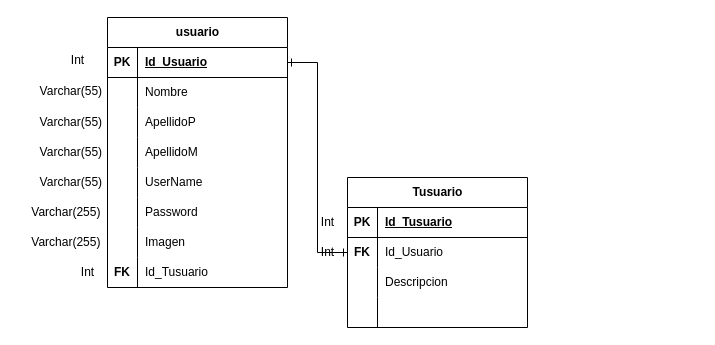
JlchavezG/ProyectoP keeps this draw.io diagram as page "Modelo RE" (3 of 3) of Proyecto_Desarrollo.drawio. Above is the earlier version. Source tidied: cells renumbered, new cells numbered last; positions are measured from the earlier drawing's top-left corner, leaving out a move shared by most shapes. Both pictures are drawn from the tidied source at 100%, with x=0, y=0 at pixel (17, 17).
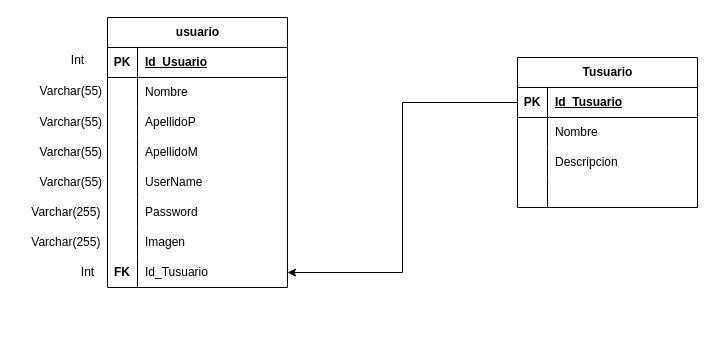
After the change.

Unchanged cells that the change refers to:
```xml
<mxCell id="3" style="shape=tableRow;horizontal=0;startSize=0;swimlaneHead=0;swimlaneBody=0;fillColor=none;points=[[0,0.5],[1,0.5]];portConstraint=eastwest;top=0;left=0;right=0;bottom=1;" parent="2" vertex="1">
  <mxGeometry y="30" width="180" height="30" as="geometry" />
</mxCell>
<mxCell id="24" style="shape=tableRow;horizontal=0;startSize=0;swimlaneHead=0;swimlaneBody=0;fillColor=none;points=[[0,0.5],[1,0.5]];portConstraint=eastwest;top=0;left=0;right=0;bottom=0;" parent="2" vertex="1">
  <mxGeometry y="240" width="180" height="30" as="geometry" />
</mxCell>
<mxCell id="37" style="shape=tableRow;horizontal=0;startSize=0;swimlaneHead=0;swimlaneBody=0;fillColor=none;points=[[0,0.5],[1,0.5]];portConstraint=eastwest;top=0;left=0;right=0;bottom=1;" parent="36" vertex="1">
  <mxGeometry y="30" width="180" height="30" as="geometry" />
</mxCell>
<mxCell id="40" style="shape=tableRow;horizontal=0;startSize=0;swimlaneHead=0;swimlaneBody=0;fillColor=none;points=[[0,0.5],[1,0.5]];portConstraint=eastwest;top=0;left=0;right=0;bottom=0;" parent="36" vertex="1">
  <mxGeometry y="60" width="180" height="30" as="geometry" />
</mxCell>
```

What changed in the source:
```diff
@@
     <mxCell id="36" value="Tusuario" style="shape=table;startSize=30;childLayout=tableLayout;rowLines=0;fontStyle=1;align=center;html=1;" parent="1" vertex="1">
-      <mxGeometry x="330" y="160" width="180" height="150" as="geometry" />
+      <mxGeometry x="500" y="40" width="180" height="150" as="geometry" />
     </mxCell>
@@
-    <mxCell id="42" value="Id_Usuario" style="shape=partialRectangle;fillColor=none;top=0;left=0;bottom=0;right=0;align=left;spacingLeft=6;overflow=hidden;whiteSpace=wrap;html=1;" parent="40" vertex="1">
+    <mxCell id="42" style="shape=partialRectangle;fillColor=none;top=0;left=0;bottom=0;right=0;align=left;spacingLeft=6;overflow=hidden;whiteSpace=wrap;html=1;" parent="40" vertex="1">
       <mxGeometry x="30" width="150" height="30" as="geometry" />
     </mxCell>
@@
-    <mxCell id="49" value="Int" style="text;html=1;align=center;verticalAlign=middle;strokeColor=none;fillColor=none;" parent="1" vertex="1">
-      <mxGeometry x="290" y="190" width="40" height="30" as="geometry" />
-    </mxCell>
-    <mxCell id="50" value="Int" style="text;html=1;align=center;verticalAlign=middle;strokeColor=none;fillColor=none;" parent="1" vertex="1">
-      <mxGeometry x="290" y="220" width="40" height="30" as="geometry" />
-    </mxCell>
-    <mxCell id="51" value="FK" style="shape=partialRectangle;fillColor=none;top=0;left=0;bottom=0;right=0;fontStyle=1;overflow=hidden;whiteSpace=wrap;html=1;" parent="1" vertex="1">
-      <mxGeometry x="330" y="220" width="30" height="30" as="geometry" />
-    </mxCell>
-    <mxCell id="52" style="edgeStyle=orthogonalEdgeStyle;rounded=0;jettySize=auto;html=1;startArrow=ERone;startFill=0;endArrow=ERone;endFill=0;" parent="1" edge="1" source="3" target="40">
-      <mxGeometry relative="1" as="geometry" />
-    </mxCell>
+    <mxCell id="53" value="Nombre" style="shape=partialRectangle;fillColor=none;top=0;left=0;bottom=0;right=0;align=left;spacingLeft=6;overflow=hidden;whiteSpace=wrap;html=1;" parent="1" vertex="1">
+      <mxGeometry x="530" y="100" width="150" height="30" as="geometry" />
+    </mxCell>
+    <mxCell id="54" style="edgeStyle=orthogonalEdgeStyle;rounded=0;jettySize=auto;html=1;exitX=0;exitY=0.5;exitDx=0;exitDy=0;" parent="1" edge="1" source="37" target="24">
+      <mxGeometry relative="1" as="geometry" />
+    </mxCell>
```
